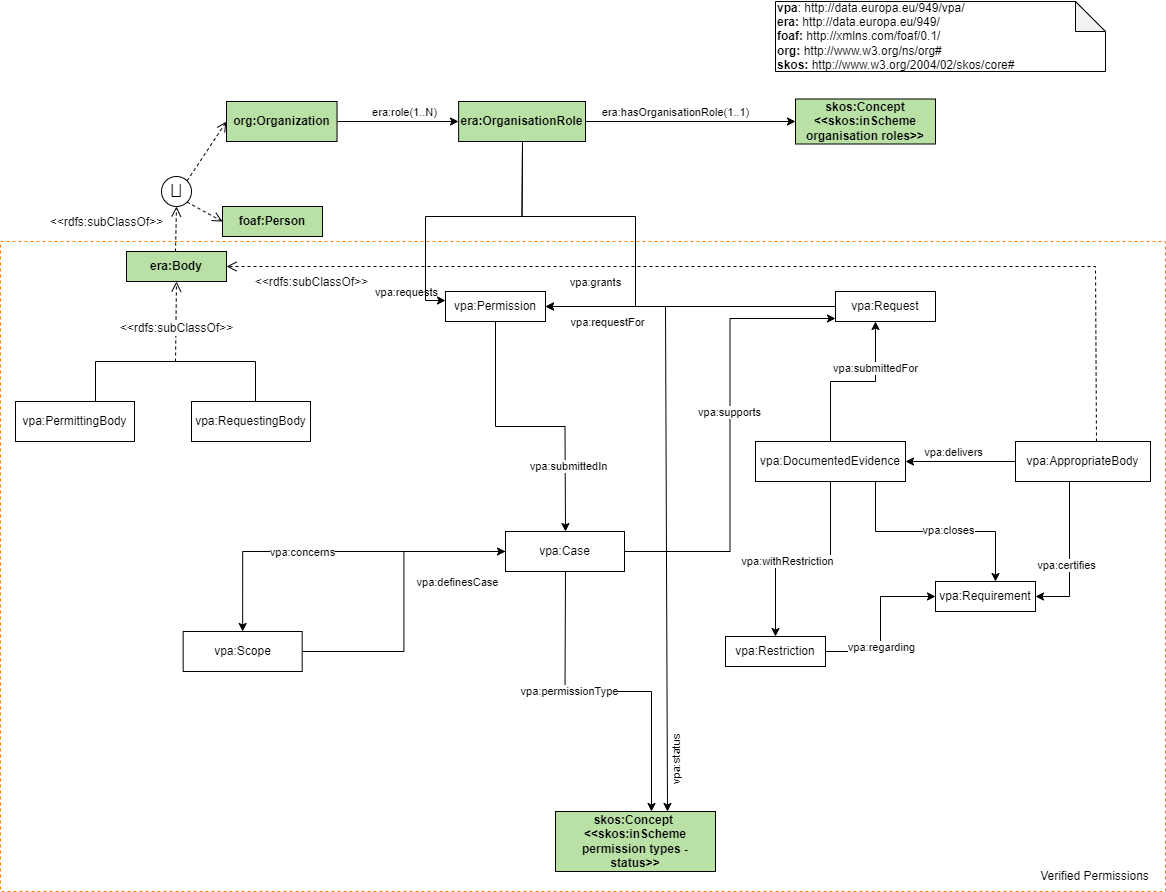
The draw.io diagram vpa-doc/img/vpa-onto.png in gatemezing/Ontology_Workflow_Testing, before a commit. Source tidied: cells renumbered, new cells last; positions are measured from the earlier drawing's top-left corner, leaving out a move shared by most shapes.
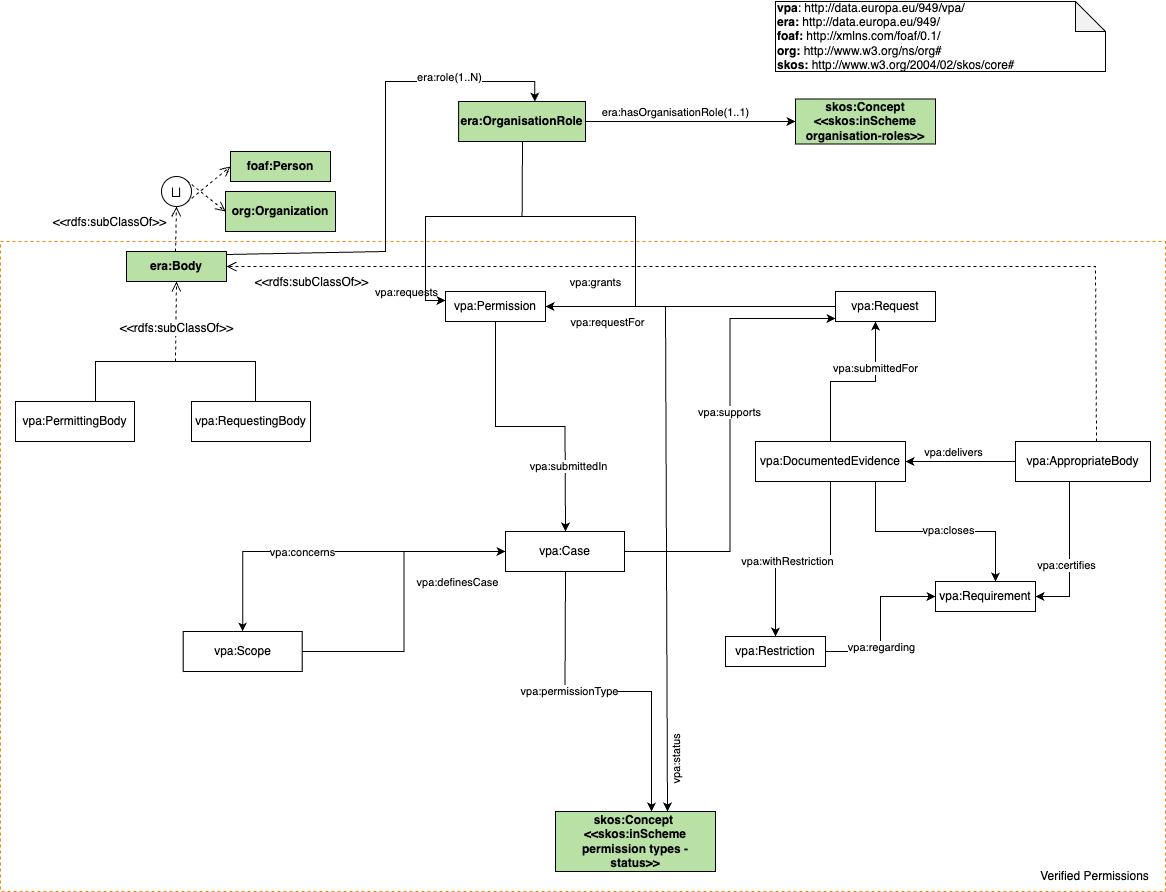
After the commit.

What changed in the source:
```diff
@@ -12,7 +12,7 @@
       <mxGeometry x="161" y="175" width="30" height="30" as="geometry" />
     </mxCell>
     <mxCell id="5" value="&lt;b&gt;foaf:Person&lt;/b&gt;" style="rounded=0;whiteSpace=wrap;html=1;snapToPoint=1;points=[[0.1,0],[0.2,0],[0.3,0],[0.4,0],[0.5,0],[0.6,0],[0.7,0],[0.8,0],[0.9,0],[0,0.1],[0,0.3],[0,0.5],[0,0.7],[0,0.9],[0.1,1],[0.2,1],[0.3,1],[0.4,1],[0.5,1],[0.6,1],[0.7,1],[0.8,1],[0.9,1],[1,0.1],[1,0.3],[1,0.5],[1,0.7],[1,0.9]];fillColor=#B9E0A5;" parent="1" vertex="1">
-      <mxGeometry x="222" y="205" width="100" height="30" as="geometry" />
+      <mxGeometry x="230" y="150" width="100" height="30" as="geometry" />
     </mxCell>
     <mxCell id="6" style="endArrow=open;html=1;fontColor=#000099;exitX=1;exitY=0;exitDx=0;exitDy=0;endFill=0;dashed=1;entryX=0;entryY=0.5;entryDx=0;entryDy=0;endSize=8;arcSize=0;rounded=0;" parent="1" edge="1" source="4" target="57">
       <mxGeometry relative="1" as="geometry" />
@@ -20,6 +20,15 @@
     <mxCell id="7" style="endArrow=open;html=1;fontColor=#000099;exitX=1;exitY=1;exitDx=0;exitDy=0;endFill=0;dashed=1;entryX=0;entryY=0.5;entryDx=0;entryDy=0;endSize=8;arcSize=0;rounded=0;" parent="1" edge="1" source="4" target="5">
       <mxGeometry relative="1" as="geometry" />
     </mxCell>
+    <mxCell id="65" style="edgeStyle=orthogonalEdgeStyle;rounded=0;jettySize=auto;html=1;entryX=0.6;entryY=0;entryDx=0;entryDy=0;" parent="1" edge="1" source="8" target="60">
+      <mxGeometry relative="1" as="geometry">
+        <Array as="points">
+          <mxPoint x="385" y="250" />
+          <mxPoint x="385" y="80" />
+          <mxPoint x="534" y="80" />
+        </Array>
+      </mxGeometry>
+    </mxCell>
     <mxCell id="8" value="&lt;b&gt;era:Body&lt;/b&gt;" style="rounded=0;whiteSpace=wrap;html=1;snapToPoint=1;points=[[0.1,0],[0.2,0],[0.3,0],[0.4,0],[0.5,0],[0.6,0],[0.7,0],[0.8,0],[0.9,0],[0,0.1],[0,0.3],[0,0.5],[0,0.7],[0,0.9],[0.1,1],[0.2,1],[0.3,1],[0.4,1],[0.5,1],[0.6,1],[0.7,1],[0.8,1],[0.9,1],[1,0.1],[1,0.3],[1,0.5],[1,0.7],[1,0.9]];fillColor=#B9E0A5;" parent="1" vertex="1">
       <mxGeometry x="126" y="250" width="100" height="30" as="geometry" />
     </mxCell>
@@ -55,10 +64,10 @@
     </mxCell>
     <mxCell id="15" value="&amp;lt;&amp;lt;rdfs:subClassOf&amp;gt;&amp;gt;" style="text;html=1;align=center;verticalAlign=middle;fontColor=#000000;labelBackgroundColor=#ffffff;" parent="14" vertex="1">
       <mxGeometry x="-0.33" relative="1" as="geometry">
-        <mxPoint x="-70" y="-15" as="offset" />
+        <mxPoint x="-67" y="-15" as="offset" />
       </mxGeometry>
     </mxCell>
-    <mxCell id="16" value="&lt;b&gt;skos:Concept &amp;lt;&amp;lt;skos:inScheme organisation roles&amp;gt;&amp;gt;&lt;/b&gt;" style="rounded=0;whiteSpace=wrap;html=1;snapToPoint=1;points=[[0.1,0],[0.2,0],[0.3,0],[0.4,0],[0.5,0],[0.6,0],[0.7,0],[0.8,0],[0.9,0],[0,0.1],[0,0.3],[0,0.5],[0,0.7],[0,0.9],[0.1,1],[0.2,1],[0.3,1],[0.4,1],[0.5,1],[0.6,1],[0.7,1],[0.8,1],[0.9,1],[1,0.1],[1,0.3],[1,0.5],[1,0.7],[1,0.9]];fillColor=#B9E0A5;" parent="1" vertex="1">
+    <mxCell id="16" value="&lt;b&gt;skos:Concept &amp;lt;&amp;lt;skos:inScheme organisation-roles&amp;gt;&amp;gt;&lt;/b&gt;" style="rounded=0;whiteSpace=wrap;html=1;snapToPoint=1;points=[[0.1,0],[0.2,0],[0.3,0],[0.4,0],[0.5,0],[0.6,0],[0.7,0],[0.8,0],[0.9,0],[0,0.1],[0,0.3],[0,0.5],[0,0.7],[0,0.9],[0.1,1],[0.2,1],[0.3,1],[0.4,1],[0.5,1],[0.6,1],[0.7,1],[0.8,1],[0.9,1],[1,0.1],[1,0.3],[1,0.5],[1,0.7],[1,0.9]];fillColor=#B9E0A5;" parent="1" vertex="1">
       <mxGeometry x="795" y="97.5" width="140" height="45" as="geometry" />
     </mxCell>
     <mxCell id="17" style="edgeStyle=orthogonalEdgeStyle;rounded=0;jettySize=auto;html=1;" parent="1" edge="1" source="60" target="16">
@@ -198,16 +207,8 @@
         <mxPoint x="-609" y="15" as="offset" />
       </mxGeometry>
     </mxCell>
-    <mxCell id="55" style="edgeStyle=orthogonalEdgeStyle;rounded=0;jettySize=auto;html=1;" parent="1" edge="1" source="57" target="60">
-      <mxGeometry relative="1" as="geometry" />
-    </mxCell>
-    <mxCell id="56" value="era:role(1..N)" style="edgeLabel;html=1;align=center;verticalAlign=middle;" parent="55" vertex="1">
-      <mxGeometry x="0.09" y="1" relative="1" as="geometry">
-        <mxPoint y="-9" as="offset" />
-      </mxGeometry>
-    </mxCell>
     <mxCell id="57" value="&lt;b&gt;org:Organization&lt;/b&gt;" style="rounded=0;whiteSpace=wrap;html=1;snapToPoint=1;points=[[0.1,0],[0.2,0],[0.3,0],[0.4,0],[0.5,0],[0.6,0],[0.7,0],[0.8,0],[0.9,0],[0,0.1],[0,0.3],[0,0.5],[0,0.7],[0,0.9],[0.1,1],[0.2,1],[0.3,1],[0.4,1],[0.5,1],[0.6,1],[0.7,1],[0.8,1],[0.9,1],[1,0.1],[1,0.3],[1,0.5],[1,0.7],[1,0.9]];fillColor=#B9E0A5;" parent="1" vertex="1">
-      <mxGeometry x="226" y="100" width="110.5" height="40" as="geometry" />
+      <mxGeometry x="225" y="190" width="110" height="40" as="geometry" />
     </mxCell>
     <mxCell id="58" style="edgeStyle=orthogonalEdgeStyle;rounded=0;jettySize=auto;html=1;" parent="1" edge="1" source="60" target="21">
       <mxGeometry relative="1" as="geometry">
@@ -238,5 +239,10 @@
     <mxCell id="64" value="Verified Permissions" style="text;html=1;align=center;verticalAlign=middle;whiteSpace=wrap;rounded=0;fontFamily=Helvetica;fontSize=12;fontColor=default;" parent="1" vertex="1">
       <mxGeometry x="1037.5" y="860" width="112.5" height="30" as="geometry" />
     </mxCell>
+    <mxCell id="56" value="era:role(1..N)" style="edgeLabel;html=1;align=center;verticalAlign=middle;" parent="1" vertex="1">
+      <mxGeometry x="92.7" y="70" as="geometry">
+        <mxPoint x="356" y="5" as="offset" />
+      </mxGeometry>
+    </mxCell>
   </root>
 </mxGraphModel>
```
